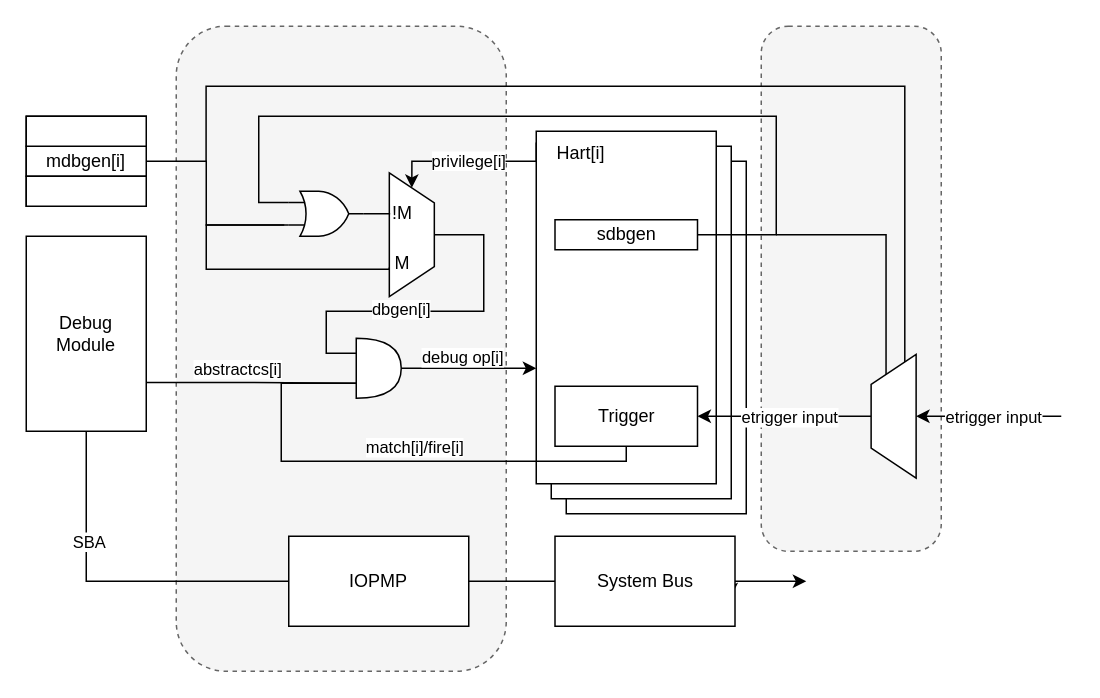
The draw.io diagram page "Page-2" (1 of 2) of images/external_debug_protection.drawio in riscv-non-isa/riscv-external-debug-security, before the edit. Source tidied: cells renumbered, new cells numbered last; positions are measured from the earlier drawing's top-left corner, leaving out a move shared by most shapes. Both pictures are drawn from the tidied source at 150%, with x=0, y=0 at pixel (26, 26).
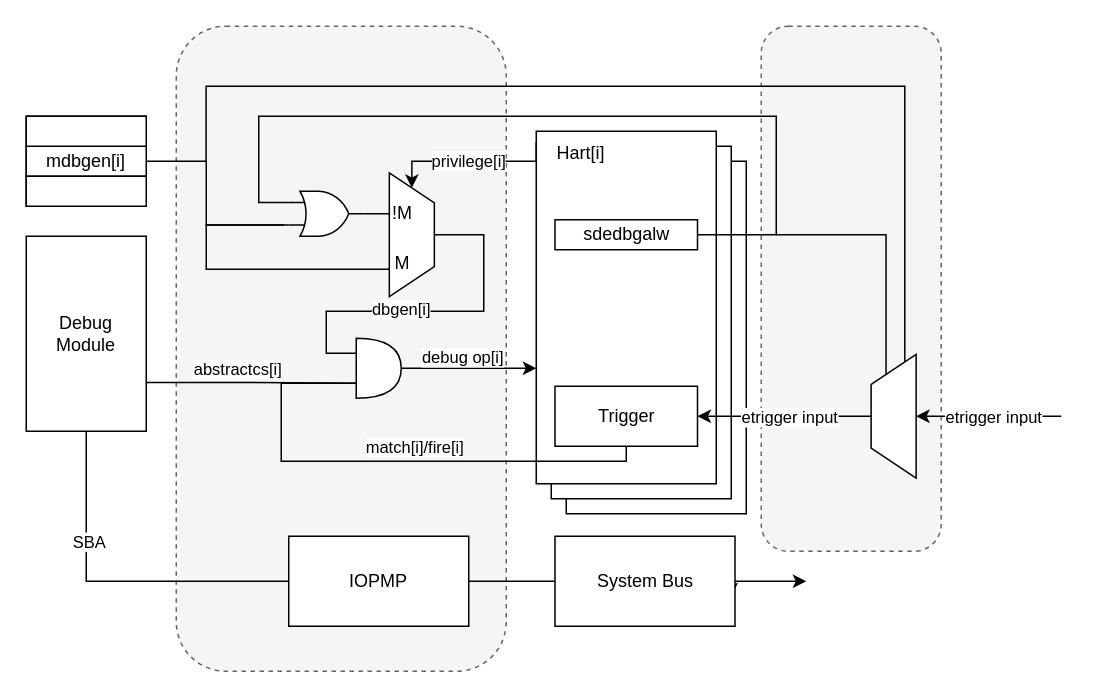
After the change.

Change to the diagram source:
```diff
@@
-    <mxCell id="17" value="sdbgen" style="rounded=0;whiteSpace=wrap;html=1;" parent="1" vertex="1">
+    <mxCell id="17" value="sdedbgalw" style="rounded=0;whiteSpace=wrap;html=1;" parent="1" vertex="1">
       <mxGeometry x="352.5" y="129" width="95" height="20" as="geometry" />
     </mxCell>
```
